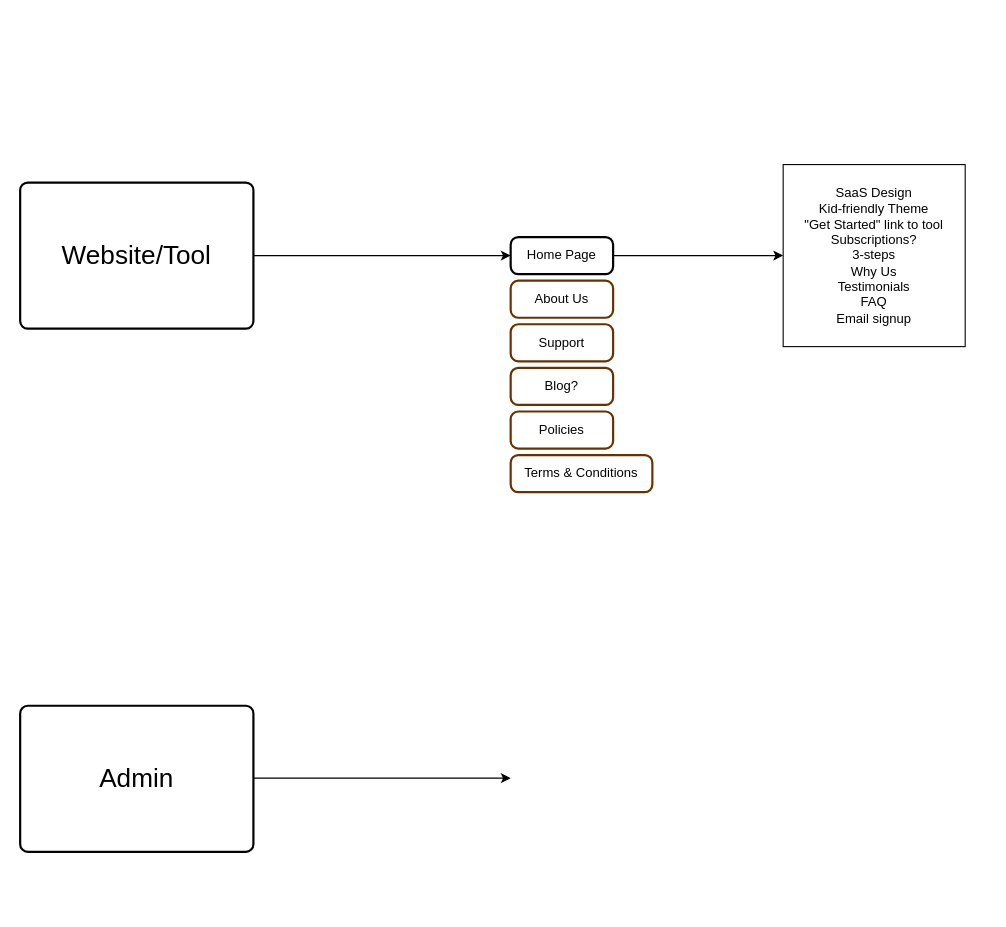
cjfritz9/ecomm-for-kids keeps this draw.io diagram as resources/app_features.drawio. Above is the earlier version. Source tidied: cells renumbered, new cells numbered last; positions are measured from the earlier drawing's top-left corner, leaving out a move shared by most shapes. Both pictures are drawn from the tidied source at 109%, with x=0, y=0 at pixel (20, 165).
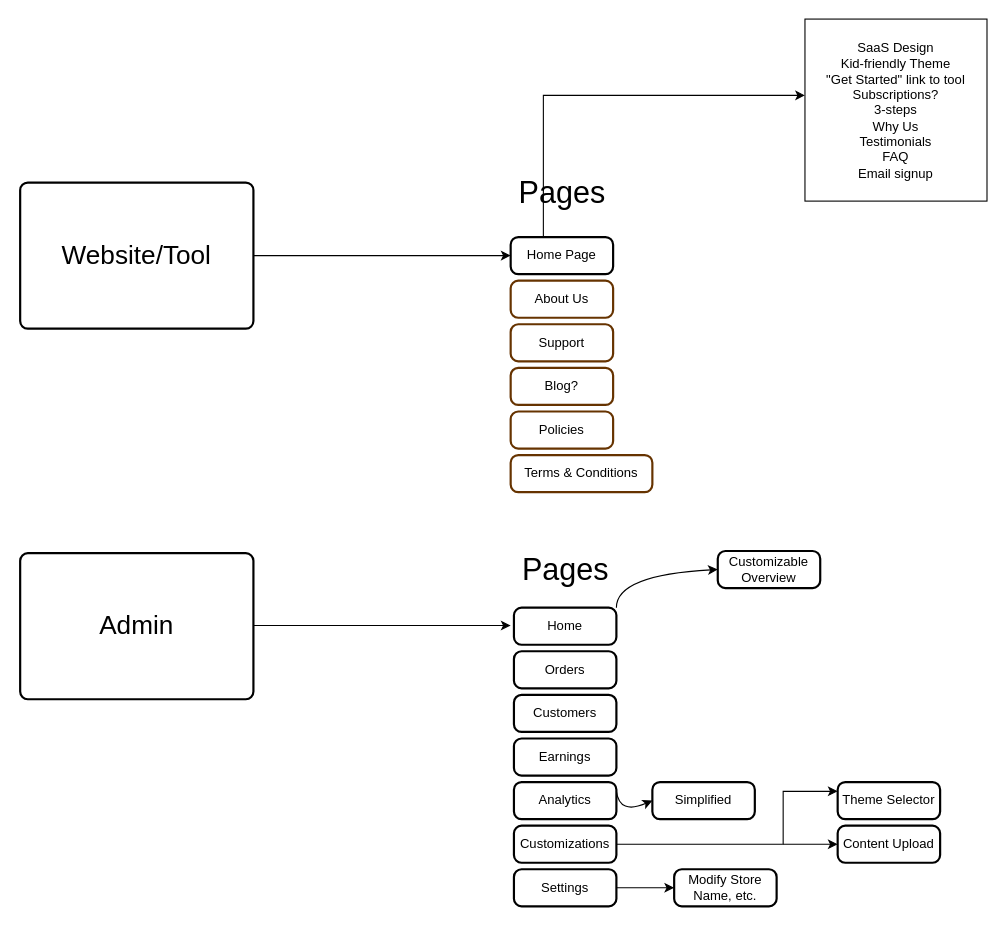
Above is the later version.

The change refers to these unchanged cells:
```xml
<mxCell id="3" value="Home Page" style="rounded=1;absoluteArcSize=1;arcSize=14;whiteSpace=wrap;strokeWidth=2;" parent="1" vertex="1">
  <mxGeometry x="450" y="66" width="94" height="34" as="geometry" />
</mxCell>
```

Diff of the diagram source:
```diff
@@
-    <mxCell id="2" style="edgeStyle=orthogonalEdgeStyle;rounded=0;jettySize=auto;html=1;" parent="1" edge="1" source="3">
+    <mxCell id="2" style="edgeStyle=orthogonalEdgeStyle;rounded=0;jettySize=auto;html=1;" parent="1" edge="1" target="6">
       <mxGeometry relative="1" as="geometry">
-        <mxPoint x="700" y="83" as="targetPoint" />
+        <mxPoint x="480" y="76" as="sourcePoint" />
+        <Array as="points">
+          <mxPoint x="480" y="-64" />
+        </Array>
       </mxGeometry>
     </mxCell>
@@
     <mxCell id="6" value="SaaS Design&lt;div&gt;Kid-friendly Theme&lt;/div&gt;&lt;div&gt;&quot;Get Started&quot; link to tool&lt;/div&gt;&lt;div&gt;Subscriptions?&lt;/div&gt;&lt;div&gt;3-steps&lt;/div&gt;&lt;div&gt;Why Us&lt;/div&gt;&lt;div&gt;Testimonials&lt;br&gt;&lt;/div&gt;&lt;div&gt;FAQ&lt;/div&gt;&lt;div&gt;Email signup&lt;/div&gt;" style="whiteSpace=wrap;html=1;" parent="1" vertex="1">
-      <mxGeometry x="700" y="-0.5" width="167" height="167" as="geometry" />
+      <mxGeometry x="720" y="-134" width="167" height="167" as="geometry" />
     </mxCell>
@@
     <mxCell id="12" value="Admin" style="rounded=1;absoluteArcSize=1;arcSize=14;whiteSpace=wrap;strokeWidth=2;fontSize=24;fontStyle=0;" parent="1" vertex="1">
-      <mxGeometry y="496" width="214" height="134" as="geometry" />
+      <mxGeometry y="356" width="214" height="134" as="geometry" />
     </mxCell>
     <mxCell id="13" style="edgeStyle=orthogonalEdgeStyle;rounded=0;orthogonalLoop=1;jettySize=auto;html=1;entryX=0;entryY=0.5;entryDx=0;entryDy=0;" parent="1" edge="1">
       <mxGeometry relative="1" as="geometry">
-        <mxPoint x="214" y="562.4" as="sourcePoint" />
-        <mxPoint x="450" y="562.4" as="targetPoint" />
+        <mxPoint x="214" y="422.4" as="sourcePoint" />
+        <mxPoint x="450" y="422.4" as="targetPoint" />
       </mxGeometry>
     </mxCell>
+    <mxCell id="14" value="&lt;font style=&quot;font-size: 28px;&quot;&gt;Pages&lt;/font&gt;" style="text;html=1;align=center;verticalAlign=middle;strokeColor=none;fillColor=none;" parent="1" vertex="1">
+      <mxGeometry x="447" y="-0.5" width="100" height="50" as="geometry" />
+    </mxCell>
+    <mxCell id="15" value="Home" style="rounded=1;absoluteArcSize=1;arcSize=14;whiteSpace=wrap;strokeWidth=2;" parent="1" vertex="1">
+      <mxGeometry x="453" y="406" width="94" height="34" as="geometry" />
+    </mxCell>
+    <mxCell id="16" value="&lt;font style=&quot;font-size: 28px;&quot;&gt;Pages&lt;/font&gt;" style="text;html=1;align=center;verticalAlign=middle;strokeColor=none;fillColor=none;" parent="1" vertex="1">
+      <mxGeometry x="450" y="346" width="100" height="50" as="geometry" />
+    </mxCell>
+    <mxCell id="17" value="Orders" style="rounded=1;absoluteArcSize=1;arcSize=14;whiteSpace=wrap;strokeWidth=2;" parent="1" vertex="1">
+      <mxGeometry x="453" y="446" width="94" height="34" as="geometry" />
+    </mxCell>
+    <mxCell id="18" value="Customers" style="rounded=1;absoluteArcSize=1;arcSize=14;whiteSpace=wrap;strokeWidth=2;" parent="1" vertex="1">
+      <mxGeometry x="453" y="486" width="94" height="34" as="geometry" />
+    </mxCell>
+    <mxCell id="19" value="Earnings" style="rounded=1;absoluteArcSize=1;arcSize=14;whiteSpace=wrap;strokeWidth=2;" parent="1" vertex="1">
+      <mxGeometry x="453" y="526" width="94" height="34" as="geometry" />
+    </mxCell>
+    <mxCell id="20" value="Analytics" style="rounded=1;absoluteArcSize=1;arcSize=14;whiteSpace=wrap;strokeWidth=2;" parent="1" vertex="1">
+      <mxGeometry x="453" y="566" width="94" height="34" as="geometry" />
+    </mxCell>
+    <mxCell id="21" style="edgeStyle=orthogonalEdgeStyle;rounded=0;jettySize=auto;html=1;exitX=1;exitY=0.5;exitDx=0;exitDy=0;entryX=0;entryY=0.25;entryDx=0;entryDy=0;" parent="1" edge="1" source="22" target="29">
+      <mxGeometry relative="1" as="geometry">
+        <Array as="points">
+          <mxPoint x="700" y="623" />
+          <mxPoint x="700" y="575" />
+        </Array>
+      </mxGeometry>
+    </mxCell>
+    <mxCell id="22" value="Customizations" style="rounded=1;absoluteArcSize=1;arcSize=14;whiteSpace=wrap;strokeWidth=2;" parent="1" vertex="1">
+      <mxGeometry x="453" y="606" width="94" height="34" as="geometry" />
+    </mxCell>
+    <mxCell id="23" style="edgeStyle=orthogonalEdgeStyle;rounded=0;jettySize=auto;html=1;exitX=1;exitY=0.5;exitDx=0;exitDy=0;entryX=0;entryY=0.5;entryDx=0;entryDy=0;" parent="1" edge="1" source="24" target="30">
+      <mxGeometry relative="1" as="geometry" />
+    </mxCell>
+    <mxCell id="24" value="Settings" style="rounded=1;absoluteArcSize=1;arcSize=14;whiteSpace=wrap;strokeWidth=2;" parent="1" vertex="1">
+      <mxGeometry x="453" y="646" width="94" height="34" as="geometry" />
+    </mxCell>
+    <mxCell id="25" value="Customizable Overview" style="rounded=1;absoluteArcSize=1;arcSize=14;whiteSpace=wrap;strokeWidth=2;" parent="1" vertex="1">
+      <mxGeometry x="640" y="354" width="94" height="34" as="geometry" />
+    </mxCell>
+    <mxCell id="26" style="curved=1;endArrow=classic;html=1;rounded=0;entryX=0;entryY=0.5;entryDx=0;entryDy=0;exitX=1;exitY=0;exitDx=0;exitDy=0;" parent="1" edge="1" source="15" target="25">
+      <mxGeometry relative="1" as="geometry">
+        <Array as="points">
+          <mxPoint x="547" y="376" />
+        </Array>
+      </mxGeometry>
+    </mxCell>
+    <mxCell id="27" value="Simplified" style="rounded=1;absoluteArcSize=1;arcSize=14;whiteSpace=wrap;strokeWidth=2;" parent="1" vertex="1">
+      <mxGeometry x="580" y="566" width="94" height="34" as="geometry" />
+    </mxCell>
+    <mxCell id="28" style="curved=1;endArrow=classic;html=1;rounded=0;entryX=0;entryY=0.5;entryDx=0;entryDy=0;exitX=1;exitY=0.25;exitDx=0;exitDy=0;" parent="1" edge="1" source="20" target="27">
+      <mxGeometry relative="1" as="geometry">
+        <Array as="points">
+          <mxPoint x="550" y="596" />
+        </Array>
+      </mxGeometry>
+    </mxCell>
+    <mxCell id="29" value="Theme Selector" style="rounded=1;absoluteArcSize=1;arcSize=14;whiteSpace=wrap;strokeWidth=2;" parent="1" vertex="1">
+      <mxGeometry x="750" y="566" width="94" height="34" as="geometry" />
+    </mxCell>
+    <mxCell id="30" value="Modify Store Name, etc." style="rounded=1;absoluteArcSize=1;arcSize=14;whiteSpace=wrap;strokeWidth=2;" parent="1" vertex="1">
+      <mxGeometry x="600" y="646" width="94" height="34" as="geometry" />
+    </mxCell>
+    <mxCell id="31" value="Content Upload" style="rounded=1;absoluteArcSize=1;arcSize=14;whiteSpace=wrap;strokeWidth=2;" parent="1" vertex="1">
+      <mxGeometry x="750" y="606" width="94" height="34" as="geometry" />
+    </mxCell>
+    <mxCell id="32" style="endArrow=classic;html=1;rounded=0;entryX=0;entryY=0.5;entryDx=0;entryDy=0;" parent="1" edge="1" target="31">
+      <mxGeometry relative="1" as="geometry">
+        <mxPoint x="700" y="623" as="sourcePoint" />
+      </mxGeometry>
+    </mxCell>
```
